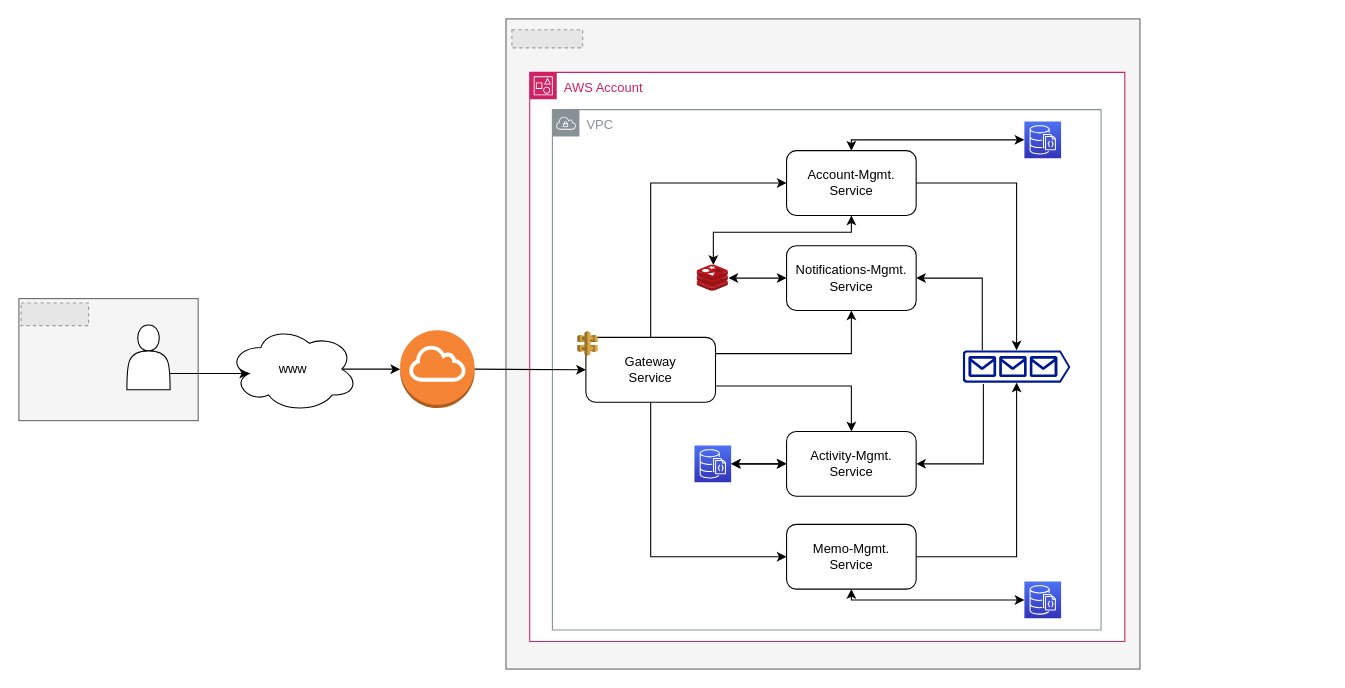
Before: docs/diagram.drawio in rockdonald2/community-space, a draw.io diagram. Source tidied: cells renumbered, new cells numbered last; positions are measured from the earlier drawing's top-left corner, leaving out a move shared by most shapes. Both pictures are drawn from the tidied source at 108%, with x=0, y=0 at pixel (18, 18). Pictures stored in the file or linked from it are replaced by grey dashed boxes.
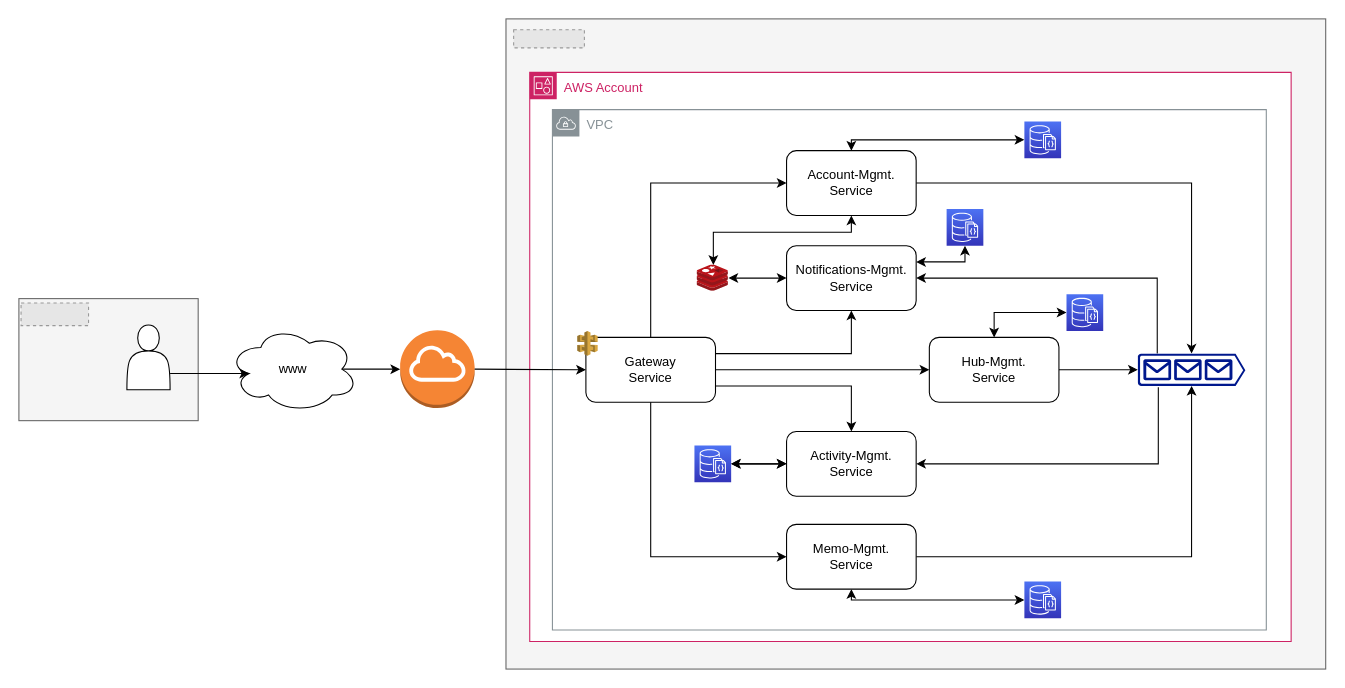
The same page after the edit.

Unchanged cells that the change refers to:
```xml
<mxCell id="14" value="Gateway&lt;br&gt;Service" style="rounded=1;whiteSpace=wrap;html=1;" parent="13" vertex="1">
  <mxGeometry x="8" y="6" width="120" height="60" as="geometry" />
</mxCell>
<mxCell id="21" value="Notifications-Mgmt.&lt;br style=&quot;border-color: var(--border-color);&quot;&gt;Service" style="rounded=1;whiteSpace=wrap;html=1;" parent="11" vertex="1">
  <mxGeometry x="237.8" y="160.5" width="120" height="60" as="geometry" />
</mxCell>
```

Diff of the diagram source:
```diff
@@
     <mxCell id="5" style="group;" parent="1" vertex="1">
-      <mxGeometry x="451" width="587" height="602" as="geometry" />
+      <mxGeometry x="451" width="759" height="602" as="geometry" />
     </mxCell>
     <mxCell id="6" style="rounded=0;whiteSpace=wrap;html=1;fillColor=#f5f5f5;fontColor=#333333;strokeColor=#666666;" parent="5" vertex="1">
-      <mxGeometry width="587" height="602" as="geometry" />
+      <mxGeometry width="759" height="602" as="geometry" />
     </mxCell>
     <mxCell id="7" style="fillColor=#E6E6E6;strokeColor=#999999;dashed=1;verticalLabelPosition=bottom;labelBackgroundColor=default;verticalAlign=top;" parent="5" vertex="1">
-      <mxGeometry x="5.5" y="10" width="65.5" height="16.8" as="geometry" />
+      <mxGeometry x="7.1" y="10" width="65.5" height="16.8" as="geometry" />
     </mxCell>
@@
     <mxCell id="11" value="AWS Account" style="gradientColor=none;html=1;whiteSpace=wrap;fontSize=12;fontStyle=0;shape=mxgraph.aws4.group;grIcon=mxgraph.aws4.group_account;strokeColor=#CD2264;fillColor=default;verticalAlign=top;align=left;spacingLeft=30;fontColor=#CD2264;dashed=0;" parent="1" vertex="1">
-      <mxGeometry x="473" y="49.5" width="551" height="527" as="geometry" />
+      <mxGeometry x="473" y="49.5" width="705" height="527" as="geometry" />
     </mxCell>
     <mxCell id="12" value="VPC" style="sketch=0;gradientColor=none;html=1;whiteSpace=wrap;fontSize=12;fontStyle=0;shape=mxgraph.aws4.group;grIcon=mxgraph.aws4.group_vpc;strokeColor=#879196;fillColor=default;verticalAlign=top;align=left;spacingLeft=30;fontColor=#879196;dashed=0;" parent="11" vertex="1">
-      <mxGeometry x="21" y="34.5" width="508" height="481.8" as="geometry" />
+      <mxGeometry x="21" y="34.5" width="661" height="481.8" as="geometry" />
     </mxCell>
@@
+    <mxCell id="42" style="edgeStyle=orthogonalEdgeStyle;html=1;exitX=1;exitY=0.25;exitDx=0;exitDy=0;entryX=0.5;entryY=1;entryDx=0;entryDy=0;entryPerimeter=0;rounded=0;startArrow=classic;startFill=1;" parent="11" edge="1" source="21" target="47">
+      <mxGeometry relative="1" as="geometry" />
+    </mxCell>
@@
     <mxCell id="27" style="sketch=0;shadow=0;dashed=0;html=1;strokeColor=none;labelPosition=center;verticalLabelPosition=bottom;verticalAlign=top;align=center;fillColor=#00188D;shape=mxgraph.azure.queue_generic;" parent="11" vertex="1">
-      <mxGeometry x="401" y="257.4" width="99.6" height="29.9" as="geometry" />
+      <mxGeometry x="563" y="260.4" width="99.6" height="29.9" as="geometry" />
     </mxCell>
@@
+    <mxCell id="43" style="edgeStyle=none;html=1;exitX=1;exitY=0.5;exitDx=0;exitDy=0;entryX=0;entryY=0.5;entryDx=0;entryDy=0;entryPerimeter=0;" parent="11" edge="1" source="45" target="27">
+      <mxGeometry relative="1" as="geometry" />
+    </mxCell>
+    <mxCell id="44" style="edgeStyle=orthogonalEdgeStyle;rounded=0;html=1;exitX=0.5;exitY=0;exitDx=0;exitDy=0;entryX=0;entryY=0.5;entryDx=0;entryDy=0;entryPerimeter=0;startArrow=classic;startFill=1;" parent="11" edge="1" source="45" target="48">
+      <mxGeometry relative="1" as="geometry" />
+    </mxCell>
+    <mxCell id="45" value="Hub-Mgmt.&lt;br&gt;Service" style="rounded=1;whiteSpace=wrap;html=1;" parent="11" vertex="1">
+      <mxGeometry x="370" y="245.4" width="120" height="60" as="geometry" />
+    </mxCell>
+    <mxCell id="46" style="edgeStyle=none;html=1;exitX=1;exitY=0.5;exitDx=0;exitDy=0;entryX=0;entryY=0.5;entryDx=0;entryDy=0;" parent="11" edge="1" source="14" target="45">
+      <mxGeometry relative="1" as="geometry" />
+    </mxCell>
+    <mxCell id="47" style="sketch=0;points=[[0,0,0],[0.25,0,0],[0.5,0,0],[0.75,0,0],[1,0,0],[0,1,0],[0.25,1,0],[0.5,1,0],[0.75,1,0],[1,1,0],[0,0.25,0],[0,0.5,0],[0,0.75,0],[1,0.25,0],[1,0.5,0],[1,0.75,0]];outlineConnect=0;fontColor=#232F3E;gradientColor=#4D72F3;gradientDirection=north;fillColor=#3334B9;strokeColor=#ffffff;dashed=0;verticalLabelPosition=bottom;verticalAlign=top;align=center;html=1;fontSize=12;fontStyle=0;shape=mxgraph.aws4.resourceIcon;resIcon=mxgraph.aws4.documentdb_with_mongodb_compatibility;" parent="11" vertex="1">
+      <mxGeometry x="386" y="126.5" width="34" height="34" as="geometry" />
+    </mxCell>
+    <mxCell id="48" style="sketch=0;points=[[0,0,0],[0.25,0,0],[0.5,0,0],[0.75,0,0],[1,0,0],[0,1,0],[0.25,1,0],[0.5,1,0],[0.75,1,0],[1,1,0],[0,0.25,0],[0,0.5,0],[0,0.75,0],[1,0.25,0],[1,0.5,0],[1,0.75,0]];outlineConnect=0;fontColor=#232F3E;gradientColor=#4D72F3;gradientDirection=north;fillColor=#3334B9;strokeColor=#ffffff;dashed=0;verticalLabelPosition=bottom;verticalAlign=top;align=center;html=1;fontSize=12;fontStyle=0;shape=mxgraph.aws4.resourceIcon;resIcon=mxgraph.aws4.documentdb_with_mongodb_compatibility;" parent="11" vertex="1">
+      <mxGeometry x="497" y="205.4" width="34" height="34" as="geometry" />
+    </mxCell>
```
